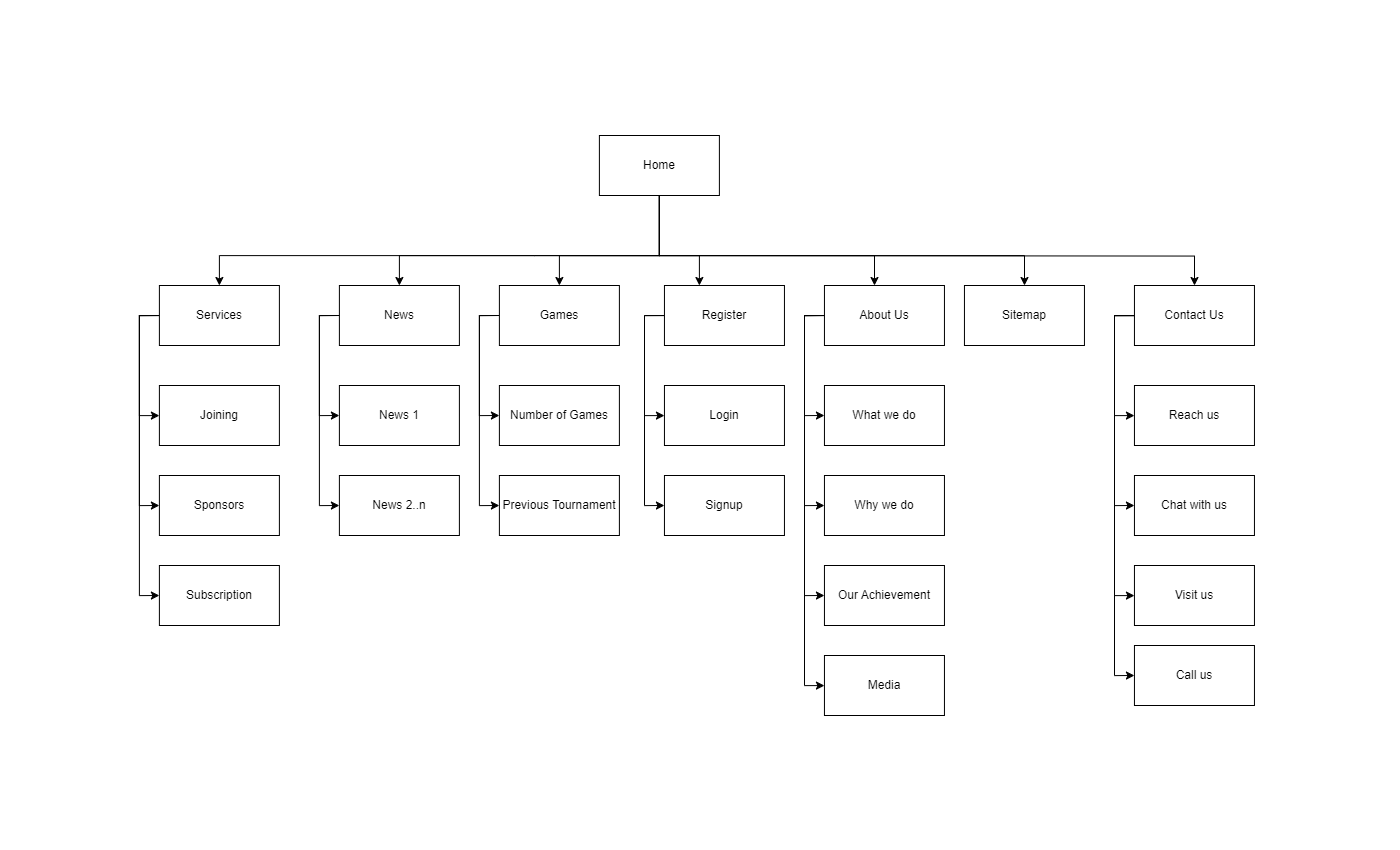
pkashyap639/luminary keeps this draw.io diagram as img/sitemap/sitemap.png. Above is the earlier version. Source tidied: cells renumbered, new cells last; positions are measured from the earlier drawing's top-left corner, leaving out a move shared by most shapes.
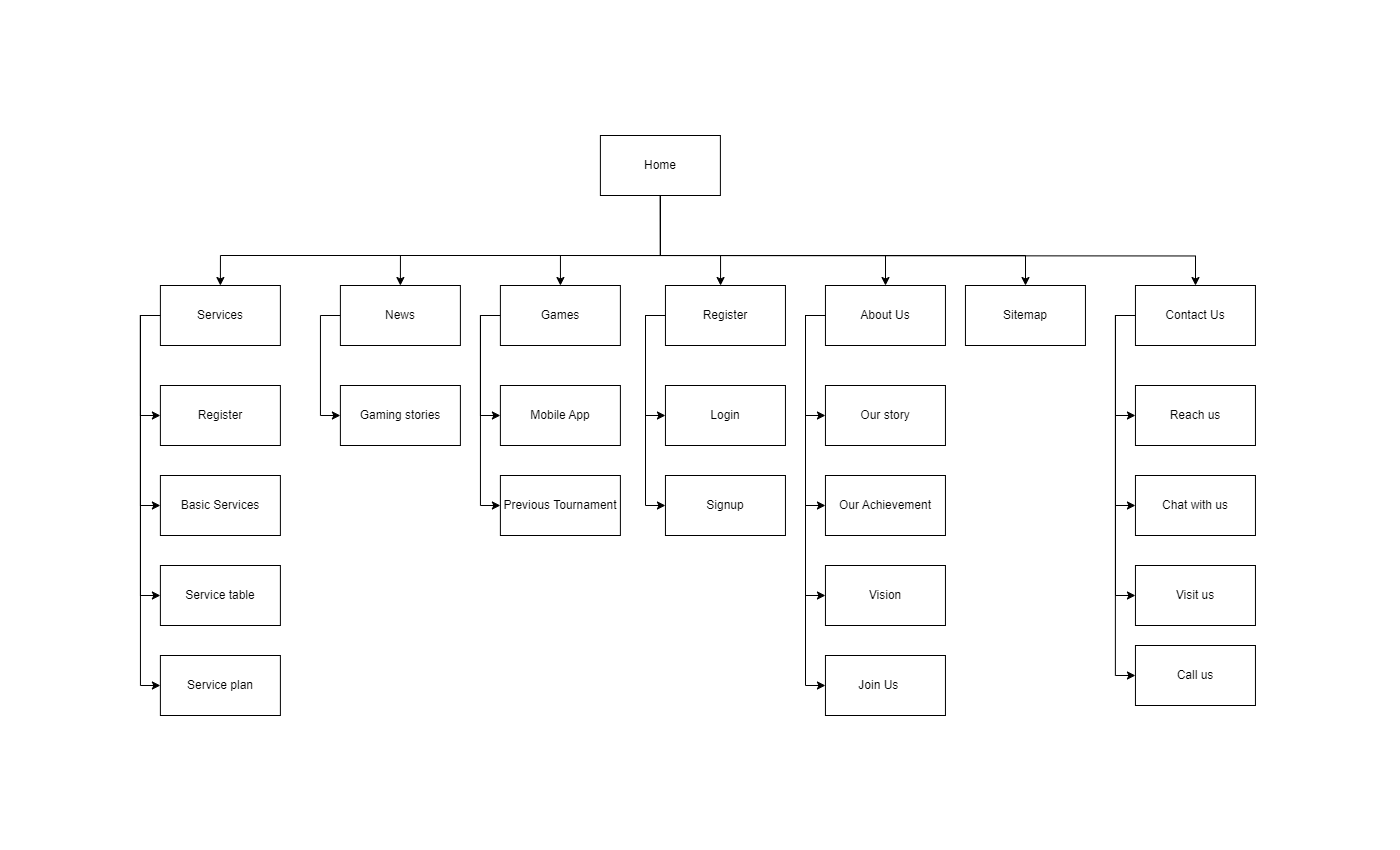
After the commit.

Commit message:
topic/sitemap

Change to the diagram source:
```diff
@@ -43,16 +43,16 @@
     <mxCell id="7" style="edgeStyle=orthogonalEdgeStyle;rounded=0;jettySize=auto;html=1;" parent="1" edge="1" source="9" target="48">
       <mxGeometry relative="1" as="geometry">
         <Array as="points">
-          <mxPoint x="519.9" y="120" />
-          <mxPoint x="559.9" y="120" />
+          <mxPoint x="520" y="120" />
+          <mxPoint x="580" y="120" />
         </Array>
       </mxGeometry>
     </mxCell>
     <mxCell id="8" style="edgeStyle=orthogonalEdgeStyle;rounded=0;jettySize=auto;html=1;exitX=0.5;exitY=1;exitDx=0;exitDy=0;" parent="1" edge="1" source="9" target="21">
       <mxGeometry relative="1" as="geometry">
         <Array as="points">
-          <mxPoint x="519.9" y="120" />
-          <mxPoint x="734.9" y="120" />
+          <mxPoint x="520" y="120" />
+          <mxPoint x="745" y="120" />
         </Array>
       </mxGeometry>
     </mxCell>
@@ -73,6 +73,9 @@
     <mxCell id="12" style="edgeStyle=orthogonalEdgeStyle;rounded=0;jettySize=auto;html=1;exitX=0;exitY=0.5;exitDx=0;exitDy=0;entryX=0;entryY=0.5;entryDx=0;entryDy=0;" parent="1" edge="1" source="13" target="45">
       <mxGeometry relative="1" as="geometry" />
     </mxCell>
+    <mxCell id="51" style="edgeStyle=orthogonalEdgeStyle;rounded=0;jettySize=auto;html=1;exitX=0;exitY=0.5;exitDx=0;exitDy=0;entryX=0;entryY=0.5;entryDx=0;entryDy=0;" parent="1" edge="1" source="13" target="52">
+      <mxGeometry relative="1" as="geometry" />
+    </mxCell>
     <mxCell id="13" value="Services" style="rounded=0;whiteSpace=wrap;html=1;" parent="1" vertex="1">
       <mxGeometry x="19.9" y="150" width="120" height="60" as="geometry" />
     </mxCell>
@@ -173,24 +176,13 @@
     <mxCell id="32" value="Previous Tournament" style="rounded=0;whiteSpace=wrap;html=1;" parent="1" vertex="1">
       <mxGeometry x="359.9" y="340" width="120" height="60" as="geometry" />
     </mxCell>
-    <mxCell id="33" style="edgeStyle=orthogonalEdgeStyle;rounded=0;jettySize=auto;html=1;entryX=0;entryY=0.5;entryDx=0;entryDy=0;exitX=0;exitY=0.5;exitDx=0;exitDy=0;" parent="1" edge="1" source="15" target="35">
-      <mxGeometry relative="1" as="geometry">
-        <Array as="points">
-          <mxPoint x="179.9" y="180" />
-          <mxPoint x="179.9" y="370" />
-        </Array>
-      </mxGeometry>
-    </mxCell>
-    <mxCell id="34" value="News 1" style="rounded=0;whiteSpace=wrap;html=1;" parent="1" vertex="1">
+    <mxCell id="34" value="Gaming stories" style="rounded=0;whiteSpace=wrap;html=1;" parent="1" vertex="1">
       <mxGeometry x="199.9" y="250" width="120" height="60" as="geometry" />
     </mxCell>
-    <mxCell id="35" value="News 2..n" style="rounded=0;whiteSpace=wrap;html=1;" parent="1" vertex="1">
-      <mxGeometry x="199.9" y="340" width="120" height="60" as="geometry" />
-    </mxCell>
-    <mxCell id="36" value="Number of Games" style="rounded=0;whiteSpace=wrap;html=1;" parent="1" vertex="1">
+    <mxCell id="36" value="Mobile App" style="rounded=0;whiteSpace=wrap;html=1;" parent="1" vertex="1">
       <mxGeometry x="359.9" y="250" width="120" height="60" as="geometry" />
     </mxCell>
-    <mxCell id="37" value="What we do" style="rounded=0;whiteSpace=wrap;html=1;" parent="1" vertex="1">
+    <mxCell id="37" value="Our story" style="rounded=0;whiteSpace=wrap;html=1;" parent="1" vertex="1">
       <mxGeometry x="684.9" y="250" width="120" height="60" as="geometry" />
     </mxCell>
     <mxCell id="38" style="edgeStyle=orthogonalEdgeStyle;rounded=0;jettySize=auto;html=1;entryX=0;entryY=0.5;entryDx=0;entryDy=0;exitX=0;exitY=0.5;exitDx=0;exitDy=0;" parent="1" edge="1" source="21" target="41">
@@ -201,7 +193,7 @@
         </Array>
       </mxGeometry>
     </mxCell>
-    <mxCell id="39" value="Why we do" style="rounded=0;whiteSpace=wrap;html=1;" parent="1" vertex="1">
+    <mxCell id="39" value="Our Achievement" style="rounded=0;whiteSpace=wrap;html=1;" parent="1" vertex="1">
       <mxGeometry x="684.9" y="340" width="120" height="60" as="geometry" />
     </mxCell>
     <mxCell id="40" style="edgeStyle=orthogonalEdgeStyle;rounded=0;jettySize=auto;html=1;exitX=0;exitY=0.5;exitDx=0;exitDy=0;" parent="1" edge="1" source="21" target="42">
@@ -212,19 +204,19 @@
         </Array>
       </mxGeometry>
     </mxCell>
-    <mxCell id="41" value="Our Achievement" style="rounded=0;whiteSpace=wrap;html=1;" parent="1" vertex="1">
+    <mxCell id="41" value="Vision" style="rounded=0;whiteSpace=wrap;html=1;" parent="1" vertex="1">
       <mxGeometry x="684.9" y="430" width="120" height="60" as="geometry" />
     </mxCell>
-    <mxCell id="42" value="Media" style="rounded=0;whiteSpace=wrap;html=1;" parent="1" vertex="1">
+    <mxCell id="42" value="Join Us&lt;span style=&quot;white-space: pre;&quot;&gt;&#9;&lt;/span&gt;" style="rounded=0;whiteSpace=wrap;html=1;" parent="1" vertex="1">
       <mxGeometry x="684.9" y="520" width="120" height="60" as="geometry" />
     </mxCell>
-    <mxCell id="43" value="Joining" style="rounded=0;whiteSpace=wrap;html=1;" parent="1" vertex="1">
+    <mxCell id="43" value="Register" style="rounded=0;whiteSpace=wrap;html=1;" parent="1" vertex="1">
       <mxGeometry x="19.9" y="250" width="120" height="60" as="geometry" />
     </mxCell>
-    <mxCell id="44" value="Sponsors" style="rounded=0;whiteSpace=wrap;html=1;" parent="1" vertex="1">
+    <mxCell id="44" value="Basic Services" style="rounded=0;whiteSpace=wrap;html=1;" parent="1" vertex="1">
       <mxGeometry x="19.9" y="340" width="120" height="60" as="geometry" />
     </mxCell>
-    <mxCell id="45" value="Subscription" style="rounded=0;whiteSpace=wrap;html=1;" parent="1" vertex="1">
+    <mxCell id="45" value="Service table" style="rounded=0;whiteSpace=wrap;html=1;" parent="1" vertex="1">
       <mxGeometry x="19.9" y="430" width="120" height="60" as="geometry" />
     </mxCell>
     <mxCell id="46" style="edgeStyle=orthogonalEdgeStyle;rounded=0;jettySize=auto;html=1;" parent="1" edge="1" source="48" target="49">
@@ -247,5 +239,8 @@
     <mxCell id="50" value="Signup" style="rounded=0;whiteSpace=wrap;html=1;" parent="1" vertex="1">
       <mxGeometry x="524.9" y="340" width="120" height="60" as="geometry" />
     </mxCell>
+    <mxCell id="52" value="Service plan" style="rounded=0;whiteSpace=wrap;html=1;" parent="1" vertex="1">
+      <mxGeometry x="19.9" y="520" width="120" height="60" as="geometry" />
+    </mxCell>
   </root>
 </mxGraphModel>
```
